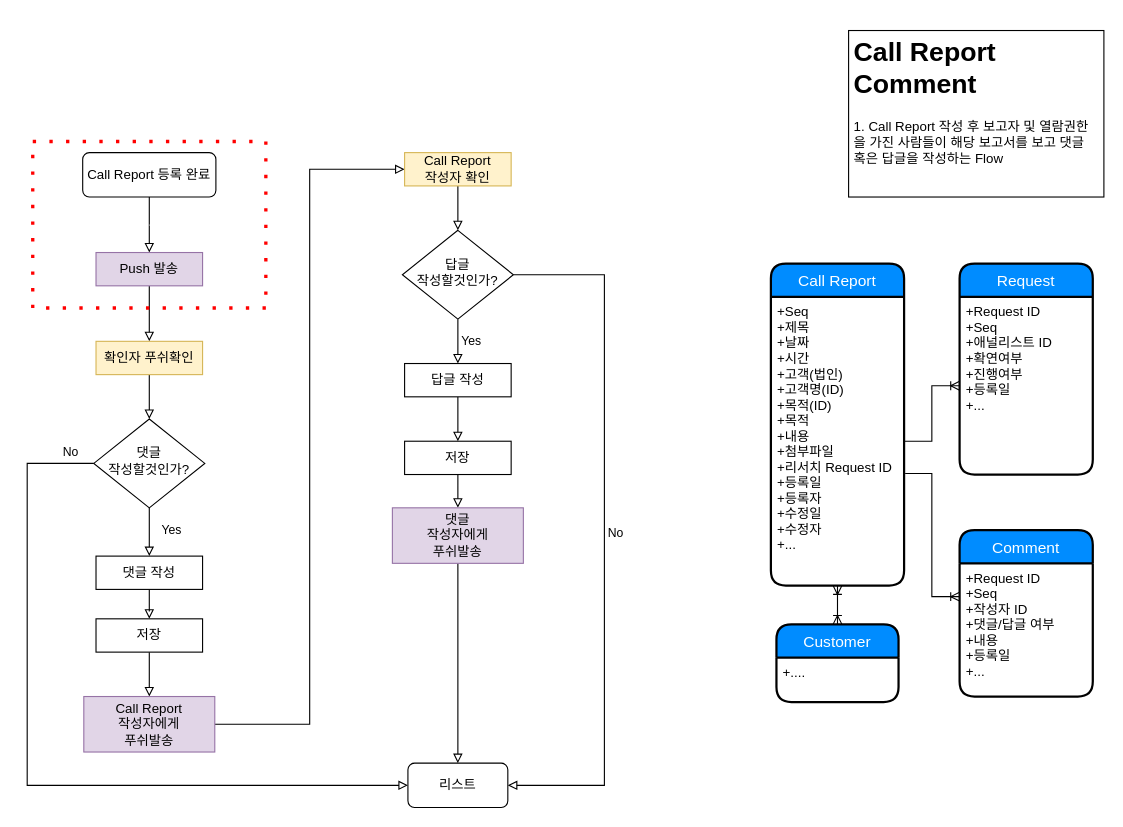
Above: page "Call Report Comment" (5 of 5) of ws_crm.drawio in rex-j2w2/crm (draw.io), before the change. Source tidied: cells renumbered, new cells numbered last; positions are measured from the earlier drawing's top-left corner, leaving out a move shared by most shapes. Both pictures are drawn from the tidied source at 111%, with x=0, y=0 at pixel (27, 30). Pictures stored in the file or linked from it are replaced by grey dashed boxes.
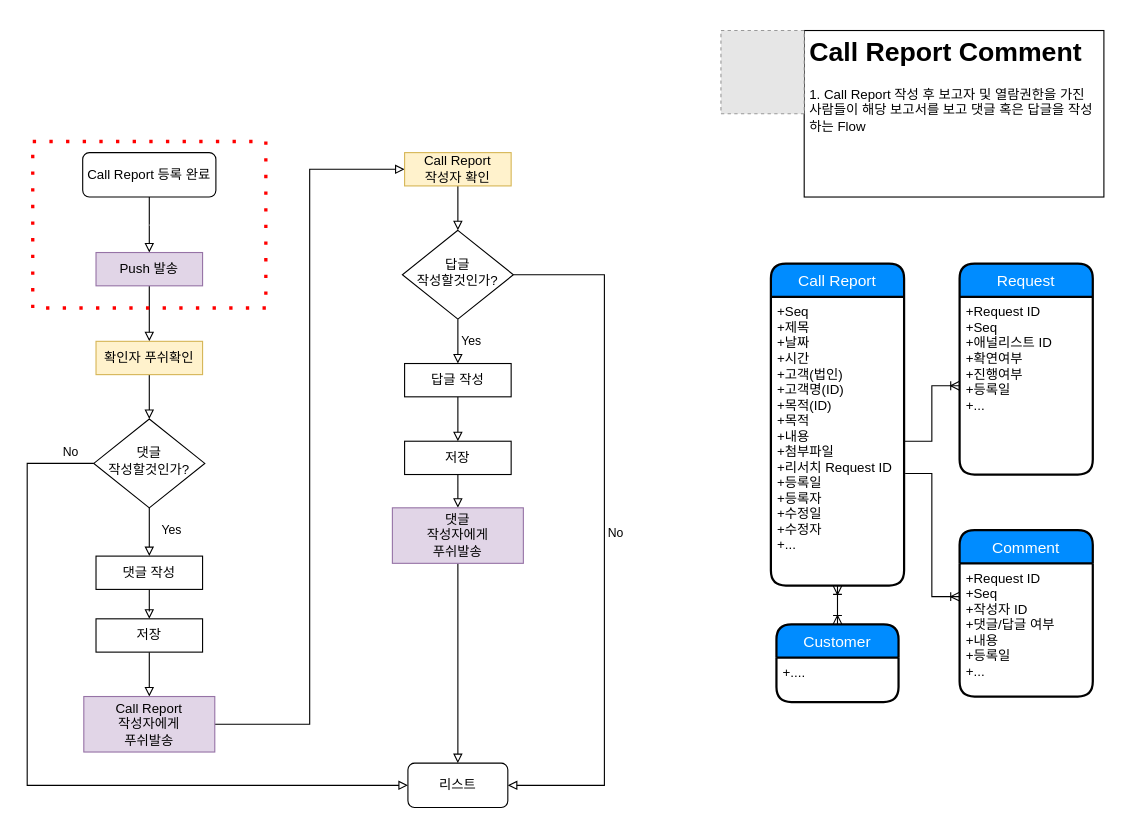
Above is the later version.

What changed in the source:
```diff
@@
     <mxCell id="30" value="&lt;h1&gt;Call Report Comment&lt;/h1&gt;&lt;div&gt;1. Call Report 작성 후 보고자 및 열람권한을 가진 사람들이 해당 보고서를 보고 댓글 혹은 답글을 작성하는 Flow&amp;nbsp;&lt;/div&gt;&lt;div&gt;&lt;br&gt;&lt;/div&gt;" style="text;html=1;strokeColor=#000000;fillColor=none;spacing=5;spacingTop=-20;whiteSpace=wrap;overflow=hidden;rounded=0;fontFamily=KB금융 본문체;" parent="1" vertex="1">
-      <mxGeometry x="740" width="230" height="150" as="geometry" />
+      <mxGeometry x="700" width="270" height="150" as="geometry" />
     </mxCell>
@@
+    <mxCell id="43" style="fillColor=#E6E6E6;strokeColor=#999999;dashed=1;verticalLabelPosition=bottom;verticalAlign=top;fontFamily=KB금융 본문체;" parent="1" vertex="1">
+      <mxGeometry x="625" width="75" height="75" as="geometry" />
+    </mxCell>
```
